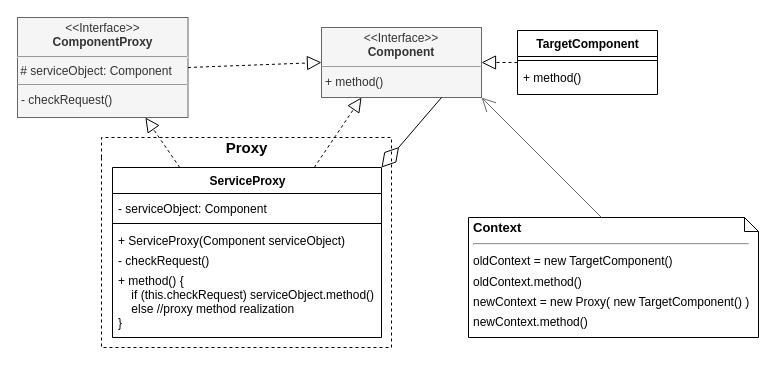
Earlier version of the draw.io diagram docs/UML/Proxy.drawio (vhood/design-patterns). Source tidied: cells renumbered, new cells numbered last; positions are measured from the earlier drawing's top-left corner, leaving out a move shared by most shapes. Both pictures are drawn from the tidied source at 100%, with x=0, y=0 at pixel (17, 17).
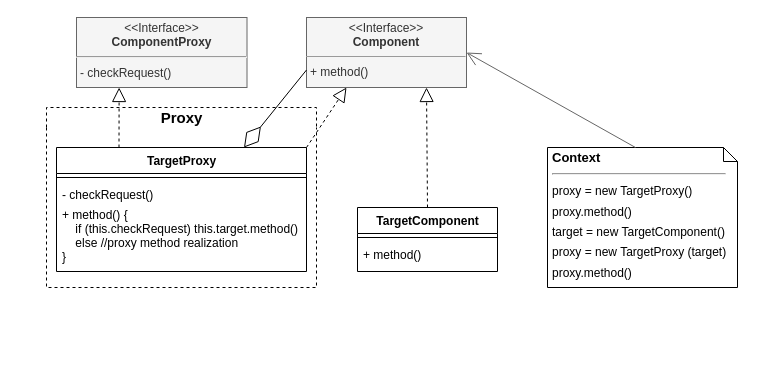
The same page after the edit.

Commit message (it also covers changes not shown here):
refactor: Proxy UML, docs: update Proxy image

What changed in the source:
```diff
@@
-    <mxCell id="2" value="TargetComponent" style="swimlane;fontStyle=1;align=center;verticalAlign=top;horizontal=1;startSize=26;rounded=0;shadow=0;glass=0;comic=0;strokeWidth=1;fontSize=12;labelBackgroundColor=none;fillColor=#ffffff;html=1;" parent="1" vertex="1">
-      <mxGeometry x="500" y="13" width="140" height="64" as="geometry" />
-    </mxCell>
-    <mxCell id="3" style="line;strokeWidth=1;fillColor=none;align=left;verticalAlign=middle;spacingTop=-1;spacingLeft=3;spacingRight=3;labelPosition=right;" parent="2" vertex="1">
-      <mxGeometry y="26" width="140" height="8" as="geometry" />
-    </mxCell>
-    <mxCell id="4" value="+ method()" style="text;strokeColor=none;fillColor=none;align=left;verticalAlign=top;spacingLeft=4;spacingRight=4;overflow=hidden;" parent="2" vertex="1">
-      <mxGeometry y="34" width="140" height="30" as="geometry" />
-    </mxCell>
     <mxCell id="5" value="&lt;p style=&quot;margin: 4px 0px 0px ; text-align: center ; line-height: 120%&quot;&gt;&lt;span&gt;&amp;lt;&amp;lt;Interface&amp;gt;&amp;gt;&lt;/span&gt;&lt;br&gt;&lt;b&gt;Component&lt;/b&gt;&lt;/p&gt;&lt;hr size=&quot;1&quot;&gt;&lt;p style=&quot;margin: 0px 0px 0px 4px ; line-height: 160%&quot;&gt;+ method()&lt;/p&gt;" style="verticalAlign=top;align=left;overflow=fill;fontSize=12;fontFamily=Helvetica;html=1;rounded=0;shadow=0;glass=0;comic=0;labelBackgroundColor=none;labelBorderColor=none;imageAspect=1;noLabel=0;portConstraintRotation=0;snapToPoint=0;spacingLeft=0;spacingRight=0;fontStyle=0;fillColor=#f5f5f5;strokeColor=#666666;fontColor=#333333;" parent="1" vertex="1">
-      <mxGeometry x="304" y="10" width="160" height="70" as="geometry" />
+      <mxGeometry x="289" width="160" height="70" as="geometry" />
     </mxCell>
-    <mxCell id="6" style="endArrow=block;dashed=1;endFill=0;endSize=12;html=1;exitX=0;exitY=0.5;exitDx=0;exitDy=0;entryX=1;entryY=0.5;entryDx=0;entryDy=0;" parent="1" edge="1" source="2" target="5">
+    <mxCell id="6" style="endArrow=block;dashed=1;endFill=0;endSize=12;html=1;exitX=0.5;exitY=0;exitDx=0;exitDy=0;entryX=0.75;entryY=1;entryDx=0;entryDy=0;" parent="1" edge="1" source="2" target="5">
       <mxGeometry relative="1" as="geometry" />
     </mxCell>
-    <mxCell id="7" style="endArrow=diamondThin;endFill=0;endSize=24;html=1;exitX=0.75;exitY=1;exitDx=0;exitDy=0;entryX=1;entryY=0;entryDx=0;entryDy=0;" parent="1" edge="1" source="5" target="9">
+    <mxCell id="7" style="endArrow=diamondThin;endFill=0;endSize=24;html=1;exitX=0;exitY=0.75;exitDx=0;exitDy=0;entryX=0.75;entryY=0;entryDx=0;entryDy=0;" parent="1" edge="1" source="5" target="9">
       <mxGeometry relative="1" as="geometry" />
     </mxCell>
     <mxCell id="8" value="Proxy" style="swimlane;html=1;horizontal=1;startSize=20;fillColor=none;strokeColor=#000000;rounded=0;comic=0;fontSize=15;dashed=1;swimlaneLine=0;shadow=0;glass=0;perimeterSpacing=0;" parent="1" vertex="1">
-      <mxGeometry x="84" y="120" width="290" height="210" as="geometry" />
+      <mxGeometry x="29" y="90" width="270" height="180" as="geometry" />
     </mxCell>
-    <mxCell id="9" value="ServiceProxy" style="swimlane;fontStyle=1;align=center;verticalAlign=top;horizontal=1;startSize=26;rounded=0;shadow=0;glass=0;comic=0;strokeWidth=1;fontSize=12;labelBackgroundColor=none;fillColor=#ffffff;html=1;" parent="8" vertex="1">
-      <mxGeometry x="11" y="30" width="269" height="170" as="geometry" />
+    <mxCell id="9" value="TargetProxy" style="swimlane;fontStyle=1;align=center;verticalAlign=top;horizontal=1;startSize=26;rounded=0;shadow=0;glass=0;comic=0;strokeWidth=1;fontSize=12;labelBackgroundColor=none;fillColor=#ffffff;html=1;" parent="8" vertex="1">
+      <mxGeometry x="10" y="40" width="250" height="124" as="geometry" />
     </mxCell>
-    <mxCell id="10" value="- serviceObject: Component" style="text;strokeColor=none;fillColor=none;align=left;verticalAlign=top;spacingLeft=4;spacingRight=4;overflow=hidden;spacingTop=2;" parent="9" vertex="1">
-      <mxGeometry y="26" width="269" height="26" as="geometry" />
-    </mxCell>
     <mxCell id="11" style="line;strokeWidth=1;fillColor=none;align=left;verticalAlign=middle;spacingTop=-1;spacingLeft=3;spacingRight=3;labelPosition=right;" parent="9" vertex="1">
-      <mxGeometry y="52" width="269" height="8" as="geometry" />
+      <mxGeometry y="26" width="250" height="8" as="geometry" />
     </mxCell>
-    <mxCell id="12" value="+ ServiceProxy(Component serviceObject)" style="text;strokeColor=none;fillColor=none;align=left;verticalAlign=top;spacingLeft=4;spacingRight=4;overflow=hidden;" parent="9" vertex="1">
-      <mxGeometry y="60" width="269" height="20" as="geometry" />
-    </mxCell>
     <mxCell id="13" value="- checkRequest()" style="text;strokeColor=none;fillColor=none;align=left;verticalAlign=top;spacingLeft=4;spacingRight=4;overflow=hidden;" parent="9" vertex="1">
-      <mxGeometry y="80" width="269" height="20" as="geometry" />
+      <mxGeometry y="34" width="250" height="20" as="geometry" />
     </mxCell>
-    <mxCell id="14" value="+ method() {&#10;    if (this.checkRequest) serviceObject.method()&#10;    else //proxy method realization&#10;}" style="text;strokeColor=none;fillColor=none;align=left;verticalAlign=top;spacingLeft=4;spacingRight=4;overflow=hidden;" parent="9" vertex="1">
-      <mxGeometry y="100" width="269" height="70" as="geometry" />
+    <mxCell id="14" value="+ method() {&#10;    if (this.checkRequest) this.target.method()&#10;    else //proxy method realization&#10;}" style="text;strokeColor=none;fillColor=none;align=left;verticalAlign=top;spacingLeft=4;spacingRight=4;overflow=hidden;" parent="9" vertex="1">
+      <mxGeometry y="54" width="250" height="70" as="geometry" />
     </mxCell>
-    <mxCell id="15" style="endArrow=block;dashed=1;endFill=0;endSize=12;html=1;entryX=0.25;entryY=1;entryDx=0;entryDy=0;exitX=0.75;exitY=0;exitDx=0;exitDy=0;" parent="1" edge="1" source="9" target="5">
-      <mxGeometry relative="1" as="geometry" />
-    </mxCell>
-    <mxCell id="16" value="&lt;p style=&quot;line-height: 20%&quot;&gt;Context&lt;br&gt;&lt;/p&gt;&lt;hr&gt;&lt;span style=&quot;font-size: 12px ; font-weight: 400 ; line-height: 170%&quot;&gt;oldContext = new TargetComponent()&lt;br&gt;oldContext.method()&lt;br&gt;newContext = new Proxy( new TargetComponent() )&lt;br&gt;&lt;/span&gt;&lt;font style=&quot;font-size: 12px&quot;&gt;&lt;span style=&quot;font-weight: normal ; line-height: 170%&quot;&gt;newContext.method()&lt;/span&gt;&lt;/font&gt;&lt;br&gt;&lt;p&gt;&lt;/p&gt;" style="shape=note;size=14;verticalAlign=top;align=left;spacingTop=-13;rounded=0;shadow=0;glass=0;comic=0;strokeColor=#000000;fillColor=none;fontSize=13;fontStyle=1;labelBorderColor=none;whiteSpace=wrap;html=1;spacingLeft=0;spacingBottom=0;spacingRight=0;spacing=5;labelBackgroundColor=none;" parent="1" vertex="1">
-      <mxGeometry x="451" y="200" width="290" height="120" as="geometry" />
+    <mxCell id="16" value="&lt;p style=&quot;line-height: 20%&quot;&gt;Context&lt;br&gt;&lt;/p&gt;&lt;hr&gt;&lt;span style=&quot;font-size: 12px ; font-weight: 400 ; line-height: 170%&quot;&gt;proxy = new TargetProxy()&lt;br&gt;proxy.method()&lt;br&gt;&lt;/span&gt;&lt;font style=&quot;font-size: 12px&quot;&gt;&lt;span style=&quot;font-weight: normal ; line-height: 170%&quot;&gt;target = new TargetComponent()&lt;br&gt;proxy = new TargetProxy (target)&lt;br&gt;proxy.method()&lt;/span&gt;&lt;/font&gt;&lt;br&gt;&lt;p&gt;&lt;/p&gt;" style="shape=note;size=14;verticalAlign=top;align=left;spacingTop=-13;rounded=0;shadow=0;glass=0;comic=0;strokeColor=#000000;fillColor=none;fontSize=13;fontStyle=1;labelBorderColor=none;whiteSpace=wrap;html=1;spacingLeft=0;spacingBottom=0;spacingRight=0;spacing=5;labelBackgroundColor=none;" parent="1" vertex="1">
+      <mxGeometry x="530" y="130" width="190" height="140" as="geometry" />
     </mxCell>
-    <mxCell id="17" style="endArrow=open;endFill=1;endSize=12;html=1;exitX=0;exitY=0;exitDx=133;exitDy=0;exitPerimeter=0;strokeColor=#666666;entryX=1;entryY=1;entryDx=0;entryDy=0;" parent="1" edge="1" source="16" target="5">
+    <mxCell id="17" style="endArrow=open;endFill=1;endSize=12;html=1;exitX=0;exitY=0;exitDx=88;exitDy=0;exitPerimeter=0;strokeColor=#666666;entryX=1;entryY=0.5;entryDx=0;entryDy=0;" parent="1" edge="1" source="16" target="5">
       <mxGeometry relative="1" as="geometry" />
     </mxCell>
-    <mxCell id="18" style="endArrow=block;dashed=1;endFill=0;endSize=12;html=1;exitX=0.25;exitY=0;exitDx=0;exitDy=0;entryX=0.75;entryY=1;entryDx=0;entryDy=0;" parent="1" edge="1" source="9" target="19">
+    <mxCell id="18" style="endArrow=block;dashed=1;endFill=0;endSize=12;html=1;exitX=0.25;exitY=0;exitDx=0;exitDy=0;entryX=0.25;entryY=1;entryDx=0;entryDy=0;" parent="1" edge="1" source="9" target="19">
       <mxGeometry relative="1" as="geometry" />
     </mxCell>
-    <mxCell id="19" value="&lt;p style=&quot;margin: 4px 0px 0px ; text-align: center ; line-height: 120%&quot;&gt;&lt;span&gt;&amp;lt;&amp;lt;Interface&amp;gt;&amp;gt;&lt;/span&gt;&lt;br&gt;&lt;b&gt;ComponentProxy&lt;/b&gt;&lt;/p&gt;&lt;hr&gt;&amp;nbsp;# serviceObject: Component&lt;br&gt;&lt;hr size=&quot;1&quot;&gt;&lt;p style=&quot;margin: 0px 0px 0px 4px ; line-height: 160%&quot;&gt;&lt;span&gt;- checkRequest()&lt;/span&gt;&lt;/p&gt;" style="verticalAlign=top;align=left;overflow=fill;fontSize=12;fontFamily=Helvetica;html=1;rounded=0;shadow=0;glass=0;comic=0;labelBackgroundColor=none;labelBorderColor=none;imageAspect=1;noLabel=0;portConstraintRotation=0;snapToPoint=0;spacingLeft=0;spacingRight=0;fontStyle=0;fillColor=#f5f5f5;strokeColor=#666666;fontColor=#333333;" parent="1" vertex="1">
-      <mxGeometry width="170.5" height="100" as="geometry" />
+    <mxCell id="19" value="&lt;p style=&quot;margin: 4px 0px 0px ; text-align: center ; line-height: 120%&quot;&gt;&lt;span&gt;&amp;lt;&amp;lt;Interface&amp;gt;&amp;gt;&lt;/span&gt;&lt;br&gt;&lt;b&gt;ComponentProxy&lt;/b&gt;&lt;/p&gt;&lt;hr&gt;&lt;p style=&quot;margin: 0px 0px 0px 4px ; line-height: 160%&quot;&gt;&lt;span&gt;- checkRequest()&lt;/span&gt;&lt;/p&gt;" style="verticalAlign=top;align=left;overflow=fill;fontSize=12;fontFamily=Helvetica;html=1;rounded=0;shadow=0;glass=0;comic=0;labelBackgroundColor=none;labelBorderColor=none;imageAspect=1;noLabel=0;portConstraintRotation=0;snapToPoint=0;spacingLeft=0;spacingRight=0;fontStyle=0;fillColor=#f5f5f5;strokeColor=#666666;fontColor=#333333;" parent="1" vertex="1">
+      <mxGeometry x="59" width="170.5" height="70" as="geometry" />
     </mxCell>
-    <mxCell id="20" style="endArrow=block;dashed=1;endFill=0;endSize=12;html=1;exitX=1;exitY=0.5;exitDx=0;exitDy=0;entryX=0;entryY=0.5;entryDx=0;entryDy=0;" parent="1" edge="1" source="19" target="5">
+    <mxCell id="20" style="endArrow=block;dashed=1;endFill=0;endSize=12;html=1;exitX=1;exitY=0;exitDx=0;exitDy=0;entryX=0.25;entryY=1;entryDx=0;entryDy=0;" parent="1" edge="1" source="9" target="5">
       <mxGeometry relative="1" as="geometry" />
     </mxCell>
+    <mxCell id="2" value="TargetComponent" style="swimlane;fontStyle=1;align=center;verticalAlign=top;horizontal=1;startSize=26;rounded=0;shadow=0;glass=0;comic=0;strokeWidth=1;fontSize=12;labelBackgroundColor=none;fillColor=#ffffff;html=1;" parent="1" vertex="1">
+      <mxGeometry x="340" y="190" width="140" height="64" as="geometry" />
+    </mxCell>
+    <mxCell id="3" style="line;strokeWidth=1;fillColor=none;align=left;verticalAlign=middle;spacingTop=-1;spacingLeft=3;spacingRight=3;labelPosition=right;" parent="2" vertex="1">
+      <mxGeometry y="26" width="140" height="8" as="geometry" />
+    </mxCell>
+    <mxCell id="4" value="+ method()" style="text;strokeColor=none;fillColor=none;align=left;verticalAlign=top;spacingLeft=4;spacingRight=4;overflow=hidden;" parent="2" vertex="1">
+      <mxGeometry y="34" width="140" height="30" as="geometry" />
+    </mxCell>
```
